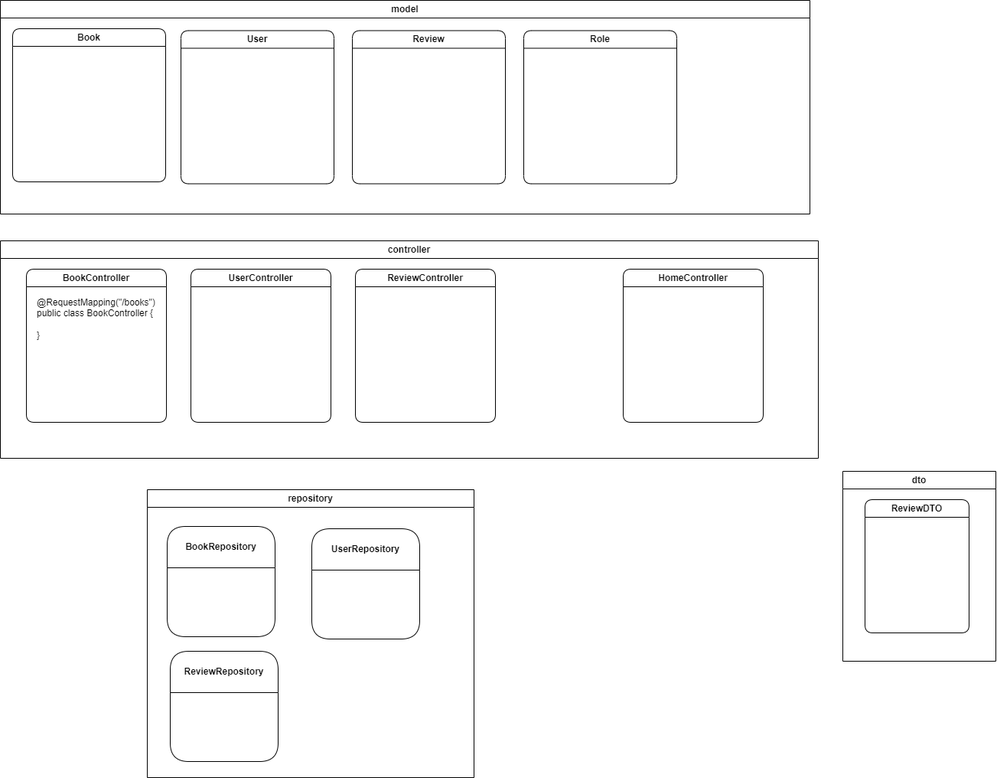
Earlier version of the draw.io export backend/src/main/resources/Components Diagram.drawio.png (tathienbao/Backend-BookReview). Source tidied: cells renumbered, new cells last; positions are measured from the earlier drawing's top-left corner, leaving out a move shared by most shapes.
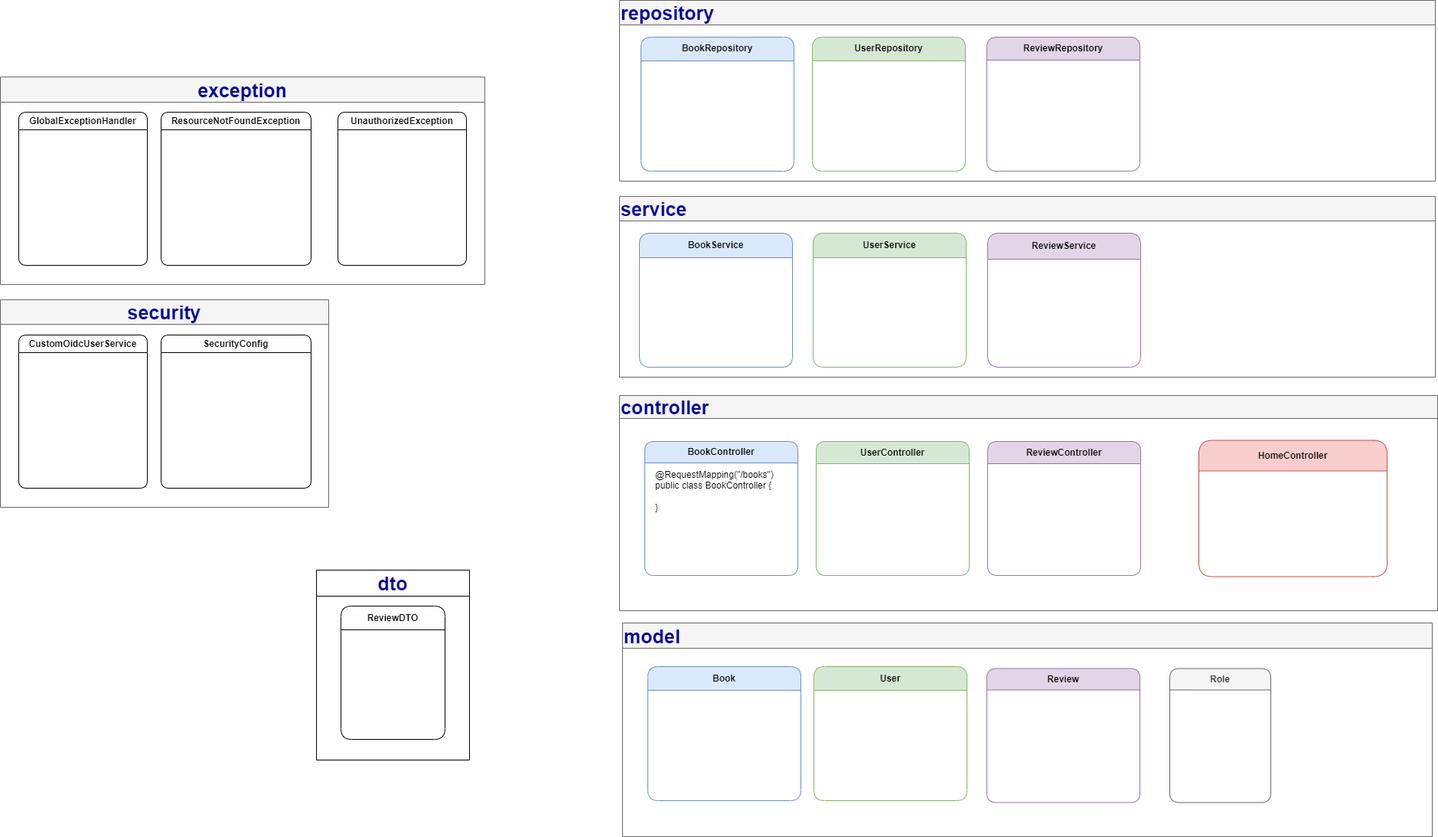
Above is the later version.

The edit, as a diff of the source:
```diff
@@ -2,56 +2,89 @@
   <root>
     <mxCell id="0" />
     <mxCell id="1" parent="0" />
-    <mxCell id="2" value="controller" style="swimlane;whiteSpace=wrap;html=1;" parent="1" vertex="1">
-      <mxGeometry y="314" width="1069" height="284" as="geometry" />
+    <mxCell id="2" value="&lt;font color=&quot;#000099&quot; style=&quot;font-size: 25px;&quot;&gt;controller&lt;/font&gt;" style="swimlane;whiteSpace=wrap;html=1;startSize=30;align=left;fillColor=#f5f5f5;fontColor=#333333;strokeColor=#666666;" parent="1" vertex="1">
+      <mxGeometry x="-4" y="851" width="1069" height="281" as="geometry" />
     </mxCell>
-    <mxCell id="3" value="BookController" style="swimlane;whiteSpace=wrap;html=1;rounded=1;swimlaneLine=1;" parent="2" vertex="1">
-      <mxGeometry x="34" y="37" width="183" height="200" as="geometry" />
+    <mxCell id="3" value="BookController" style="swimlane;whiteSpace=wrap;html=1;rounded=1;swimlaneLine=1;fillColor=#dae8fc;strokeColor=#6c8ebf;startSize=28;" parent="2" vertex="1">
+      <mxGeometry x="33" y="60" width="200" height="175" as="geometry" />
     </mxCell>
     <mxCell id="4" value="@RequestMapping(&quot;/books&quot;)&lt;div&gt;public class BookController {&lt;/div&gt;&lt;div&gt;&lt;span style=&quot;background-color: initial;&quot;&gt;&lt;br&gt;&lt;/span&gt;&lt;/div&gt;&lt;div&gt;&lt;span style=&quot;background-color: initial;&quot;&gt;}&lt;/span&gt;&lt;/div&gt;" style="text;html=1;align=left;verticalAlign=middle;strokeColor=none;fillColor=none;" parent="3" vertex="1">
       <mxGeometry x="12" y="30" width="173" height="70" as="geometry" />
     </mxCell>
-    <mxCell id="5" value="HomeController" style="swimlane;whiteSpace=wrap;html=1;rounded=1;swimlaneLine=1;" parent="2" vertex="1">
-      <mxGeometry x="814" y="37" width="183" height="200" as="geometry" />
+    <mxCell id="5" value="HomeController" style="swimlane;whiteSpace=wrap;html=1;rounded=1;swimlaneLine=1;startSize=40;fillColor=#f8cecc;strokeColor=#b85450;" parent="2" vertex="1">
+      <mxGeometry x="757" y="58.5" width="246" height="178" as="geometry" />
     </mxCell>
-    <mxCell id="6" value="ReviewController" style="swimlane;whiteSpace=wrap;html=1;rounded=1;swimlaneLine=1;" parent="2" vertex="1">
-      <mxGeometry x="464" y="37" width="183" height="200" as="geometry" />
+    <mxCell id="6" value="ReviewController" style="swimlane;whiteSpace=wrap;html=1;rounded=1;swimlaneLine=1;startSize=29;fillColor=#e1d5e7;strokeColor=#9673a6;" parent="2" vertex="1">
+      <mxGeometry x="481" y="60" width="200" height="175" as="geometry" />
     </mxCell>
-    <mxCell id="7" value="UserController" style="swimlane;whiteSpace=wrap;html=1;rounded=1;swimlaneLine=1;" parent="2" vertex="1">
-      <mxGeometry x="249" y="37" width="183" height="200" as="geometry" />
+    <mxCell id="7" value="UserController" style="swimlane;whiteSpace=wrap;html=1;rounded=1;swimlaneLine=1;startSize=29;fillColor=#d5e8d4;strokeColor=#82b366;" parent="2" vertex="1">
+      <mxGeometry x="257" y="60" width="200" height="175" as="geometry" />
     </mxCell>
-    <mxCell id="8" value="model" style="swimlane;whiteSpace=wrap;html=1;startSize=23;" parent="1" vertex="1">
-      <mxGeometry width="1058" height="279" as="geometry" />
+    <mxCell id="8" value="&lt;font color=&quot;#000099&quot; style=&quot;font-size: 25px;&quot;&gt;model&lt;/font&gt;" style="swimlane;whiteSpace=wrap;html=1;startSize=33;align=left;fillColor=#f5f5f5;fontColor=#333333;strokeColor=#666666;" parent="1" vertex="1">
+      <mxGeometry y="1148" width="1058" height="279" as="geometry" />
     </mxCell>
-    <mxCell id="9" value="Book" style="swimlane;whiteSpace=wrap;html=1;rounded=1;startSize=23;" parent="8" vertex="1">
-      <mxGeometry x="16" y="37" width="200" height="200" as="geometry" />
+    <mxCell id="9" value="Book" style="swimlane;whiteSpace=wrap;html=1;rounded=1;startSize=31;fillColor=#dae8fc;strokeColor=#6c8ebf;" parent="8" vertex="1">
+      <mxGeometry x="33" y="57" width="200" height="175" as="geometry" />
     </mxCell>
-    <mxCell id="10" value="User" style="swimlane;whiteSpace=wrap;html=1;rounded=1;startSize=23;" parent="8" vertex="1">
-      <mxGeometry x="236" y="39.5" width="200" height="200" as="geometry" />
+    <mxCell id="10" value="User" style="swimlane;whiteSpace=wrap;html=1;rounded=1;startSize=31;fillColor=#d5e8d4;strokeColor=#82b366;" parent="8" vertex="1">
+      <mxGeometry x="250" y="57" width="200" height="175" as="geometry" />
     </mxCell>
-    <mxCell id="11" value="Review" style="swimlane;whiteSpace=wrap;html=1;rounded=1;startSize=23;" parent="8" vertex="1">
-      <mxGeometry x="460" y="39.5" width="200" height="200" as="geometry" />
+    <mxCell id="11" value="Review" style="swimlane;whiteSpace=wrap;html=1;rounded=1;startSize=28;fillColor=#e1d5e7;strokeColor=#9673a6;" parent="8" vertex="1">
+      <mxGeometry x="476" y="59.5" width="200" height="175" as="geometry" />
     </mxCell>
-    <mxCell id="12" value="Role" style="swimlane;whiteSpace=wrap;html=1;rounded=1;startSize=23;" parent="8" vertex="1">
-      <mxGeometry x="684" y="39.5" width="200" height="200" as="geometry" />
+    <mxCell id="12" value="Role" style="swimlane;whiteSpace=wrap;html=1;rounded=1;startSize=28;fillColor=#f5f5f5;fontColor=#333333;strokeColor=#666666;" parent="8" vertex="1">
+      <mxGeometry x="715" y="59.5" width="132" height="175" as="geometry" />
     </mxCell>
-    <mxCell id="13" value="repository" style="swimlane;whiteSpace=wrap;html=1;startSize=23;" parent="1" vertex="1">
-      <mxGeometry x="192" y="639" width="427" height="376" as="geometry" />
+    <mxCell id="13" value="&lt;font color=&quot;#000099&quot; style=&quot;font-size: 25px;&quot;&gt;repository&lt;/font&gt;" style="swimlane;whiteSpace=wrap;html=1;startSize=32;align=left;fillColor=#f5f5f5;fontColor=#333333;strokeColor=#666666;" parent="1" vertex="1">
+      <mxGeometry x="-4" y="335" width="1066" height="236" as="geometry" />
     </mxCell>
-    <mxCell id="14" value="BookRepository" style="swimlane;whiteSpace=wrap;html=1;rounded=1;startSize=54;" parent="13" vertex="1">
-      <mxGeometry x="26" y="48" width="141" height="144" as="geometry" />
+    <mxCell id="14" value="BookRepository" style="swimlane;whiteSpace=wrap;html=1;rounded=1;startSize=31;fillColor=#dae8fc;strokeColor=#6c8ebf;" parent="13" vertex="1">
+      <mxGeometry x="28" y="48" width="200" height="175" as="geometry" />
     </mxCell>
-    <mxCell id="15" value="UserRepository" style="swimlane;whiteSpace=wrap;html=1;rounded=1;startSize=54;" parent="13" vertex="1">
-      <mxGeometry x="215" y="51" width="141" height="144" as="geometry" />
+    <mxCell id="15" value="UserRepository" style="swimlane;whiteSpace=wrap;html=1;rounded=1;startSize=31;fillColor=#d5e8d4;strokeColor=#82b366;" parent="13" vertex="1">
+      <mxGeometry x="252" y="48" width="200" height="175" as="geometry" />
     </mxCell>
-    <mxCell id="16" value="ReviewRepository" style="swimlane;whiteSpace=wrap;html=1;rounded=1;startSize=54;" parent="13" vertex="1">
-      <mxGeometry x="30" y="211" width="141" height="144" as="geometry" />
+    <mxCell id="16" value="ReviewRepository" style="swimlane;whiteSpace=wrap;html=1;rounded=1;startSize=30;fillColor=#e1d5e7;strokeColor=#9673a6;" parent="13" vertex="1">
+      <mxGeometry x="480" y="48" width="200" height="175" as="geometry" />
     </mxCell>
-    <mxCell id="17" value="dto" style="swimlane;whiteSpace=wrap;html=1;" parent="1" vertex="1">
-      <mxGeometry x="1101" y="615" width="200" height="248" as="geometry" />
+    <mxCell id="17" value="&lt;font color=&quot;#000099&quot; style=&quot;font-size: 25px;&quot;&gt;dto&lt;/font&gt;" style="swimlane;whiteSpace=wrap;html=1;startSize=34;" parent="1" vertex="1">
+      <mxGeometry x="-400" y="1079" width="200" height="248" as="geometry" />
     </mxCell>
-    <mxCell id="18" value="ReviewDTO" style="swimlane;whiteSpace=wrap;html=1;rounded=1;startSize=23;" parent="17" vertex="1">
-      <mxGeometry x="29" y="37" width="136" height="174" as="geometry" />
+    <mxCell id="18" value="ReviewDTO" style="swimlane;whiteSpace=wrap;html=1;rounded=1;startSize=31;" parent="17" vertex="1">
+      <mxGeometry x="32" y="47" width="136" height="174" as="geometry" />
     </mxCell>
+    <mxCell id="19" value="&lt;font style=&quot;font-size: 25px;&quot; color=&quot;#000099&quot;&gt;exception&lt;/font&gt;" style="swimlane;whiteSpace=wrap;html=1;startSize=33;fillColor=#f5f5f5;fontColor=#333333;strokeColor=#666666;" parent="1" vertex="1">
+      <mxGeometry x="-813" y="435" width="633" height="271" as="geometry" />
+    </mxCell>
+    <mxCell id="20" value="GlobalExceptionHandler" style="swimlane;whiteSpace=wrap;html=1;rounded=1;" parent="19" vertex="1">
+      <mxGeometry x="24" y="46" width="168" height="200" as="geometry" />
+    </mxCell>
+    <mxCell id="21" value="ResourceNotFoundException" style="swimlane;whiteSpace=wrap;html=1;rounded=1;" parent="19" vertex="1">
+      <mxGeometry x="210" y="46" width="196" height="200" as="geometry" />
+    </mxCell>
+    <mxCell id="22" value="UnauthorizedException" style="swimlane;whiteSpace=wrap;html=1;rounded=1;" parent="19" vertex="1">
+      <mxGeometry x="441" y="46" width="168" height="200" as="geometry" />
+    </mxCell>
+    <mxCell id="23" value="&lt;font color=&quot;#000099&quot; style=&quot;font-size: 25px;&quot;&gt;service&lt;/font&gt;" style="swimlane;whiteSpace=wrap;html=1;startSize=32;align=left;fillColor=#f5f5f5;fontColor=#333333;strokeColor=#666666;" parent="1" vertex="1">
+      <mxGeometry x="-4" y="591" width="1066" height="236" as="geometry" />
+    </mxCell>
+    <mxCell id="24" value="BookService" style="swimlane;whiteSpace=wrap;html=1;rounded=1;startSize=32;fillColor=#dae8fc;strokeColor=#6c8ebf;" parent="23" vertex="1">
+      <mxGeometry x="26" y="48" width="200" height="175" as="geometry" />
+    </mxCell>
+    <mxCell id="25" value="UserService" style="swimlane;whiteSpace=wrap;html=1;rounded=1;startSize=32;fillColor=#d5e8d4;strokeColor=#82b366;" parent="23" vertex="1">
+      <mxGeometry x="253" y="48" width="200" height="175" as="geometry" />
+    </mxCell>
+    <mxCell id="26" value="ReviewService" style="swimlane;whiteSpace=wrap;html=1;rounded=1;startSize=34;fillColor=#e1d5e7;strokeColor=#9673a6;" parent="23" vertex="1">
+      <mxGeometry x="481" y="48" width="200" height="175" as="geometry" />
+    </mxCell>
+    <mxCell id="27" value="&lt;font color=&quot;#000099&quot; style=&quot;font-size: 25px;&quot;&gt;security&lt;/font&gt;" style="swimlane;whiteSpace=wrap;html=1;startSize=32;fillColor=#f5f5f5;fontColor=#333333;strokeColor=#666666;" parent="1" vertex="1">
+      <mxGeometry x="-813" y="726" width="429" height="271" as="geometry" />
+    </mxCell>
+    <mxCell id="28" value="CustomOidcUserService" style="swimlane;whiteSpace=wrap;html=1;rounded=1;" parent="27" vertex="1">
+      <mxGeometry x="24" y="46" width="168" height="200" as="geometry" />
+    </mxCell>
+    <mxCell id="29" value="SecurityConfig" style="swimlane;whiteSpace=wrap;html=1;rounded=1;" parent="27" vertex="1">
+      <mxGeometry x="210" y="46" width="196" height="200" as="geometry" />
+    </mxCell>
   </root>
 </mxGraphModel>
```
